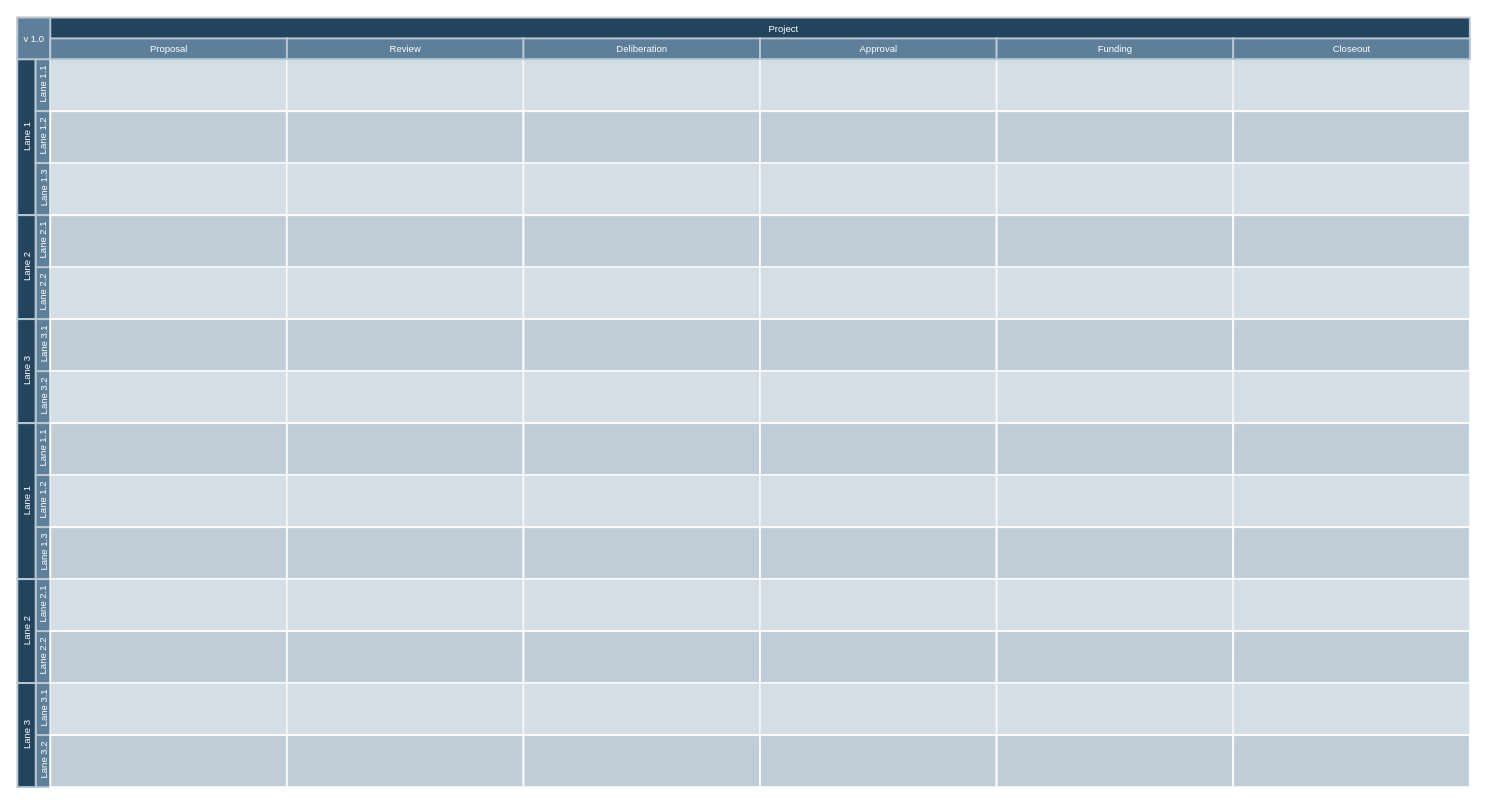
Before: drawio/UFR_Process.drawio in mmister411/afrl, a draw.io diagram. Source tidied: cells renumbered, new cells numbered last; positions are measured from the earlier drawing's top-left corner, leaving out a move shared by most shapes. Both pictures are drawn from the tidied source at 95%, with x=0, y=0 at pixel (17, 17).
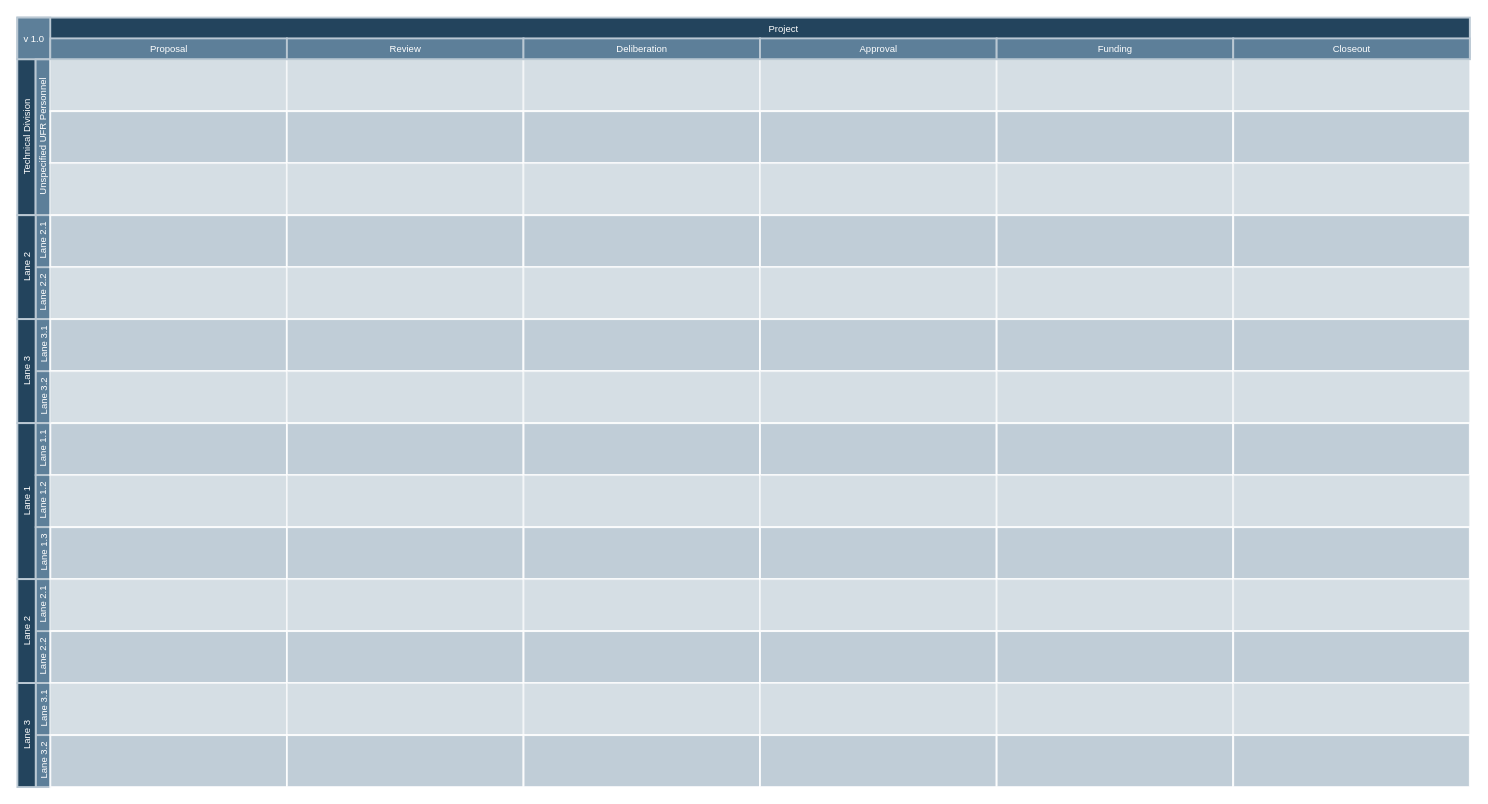
The same diagram, later.

The change refers to these unchanged cells:
```xml
<mxCell id="2" style="group;fontSize=10;" parent="1" vertex="1">
  <mxGeometry x="-0.3" width="1529.1" height="810" as="geometry" />
</mxCell>
```

What changed in the source:
```diff
@@
-    <mxCell id="4" value="Lane 1" style="strokeColor=#BAC8D3;fillColor=#23445D;fontSize=10;strokeWidth=2;horizontal=0;fontFamily=Helvetica;html=1;fontColor=#FFFFFF;fontStyle=0;" parent="2" vertex="1">
+    <mxCell id="4" value="Technical Division" style="strokeColor=#BAC8D3;fillColor=#23445D;fontSize=10;strokeWidth=2;horizontal=0;fontFamily=Helvetica;html=1;fontColor=#FFFFFF;fontStyle=0;" parent="2" vertex="1">
       <mxGeometry y="43.8" width="19.3" height="164.2" as="geometry" />
     </mxCell>
-    <mxCell id="5" value="Lane 1.1" style="strokeColor=#BAC8D3;fillColor=#5d7f99;fontSize=10;strokeWidth=2;horizontal=0;fontFamily=Helvetica;html=1;labelBackgroundColor=none;fontColor=#FFFFFF;" parent="2" vertex="1">
-      <mxGeometry x="19.3" y="43.8" width="15.4" height="54.7" as="geometry" />
-    </mxCell>
@@
-    <mxCell id="7" value="Lane 1.2" style="strokeColor=#BAC8D3;fillColor=#5d7f99;fontSize=10;strokeWidth=2;horizontal=0;fontFamily=Helvetica;html=1;labelBackgroundColor=none;fontColor=#FFFFFF;" parent="2" vertex="1">
-      <mxGeometry x="19.3" y="98.5" width="15.4" height="54.7" as="geometry" />
-    </mxCell>
-    <mxCell id="8" value="Lane 1.3" style="strokeColor=#BAC8D3;fillColor=#5d7f99;fontSize=10;strokeWidth=2;horizontal=0;fontFamily=Helvetica;html=1;labelBackgroundColor=none;fontColor=#FFFFFF;" parent="2" vertex="1">
-      <mxGeometry x="19.3" y="153.2" width="15.4" height="54.7" as="geometry" />
+    <mxCell id="8" value="Unspecified UFR Personnel" style="strokeColor=#BAC8D3;fillColor=#5d7f99;fontSize=10;strokeWidth=2;horizontal=0;fontFamily=Helvetica;html=1;labelBackgroundColor=none;fontColor=#FFFFFF;" parent="2" vertex="1">
+      <mxGeometry x="19.3" y="44" width="15.4" height="164" as="geometry" />
     </mxCell>
```
